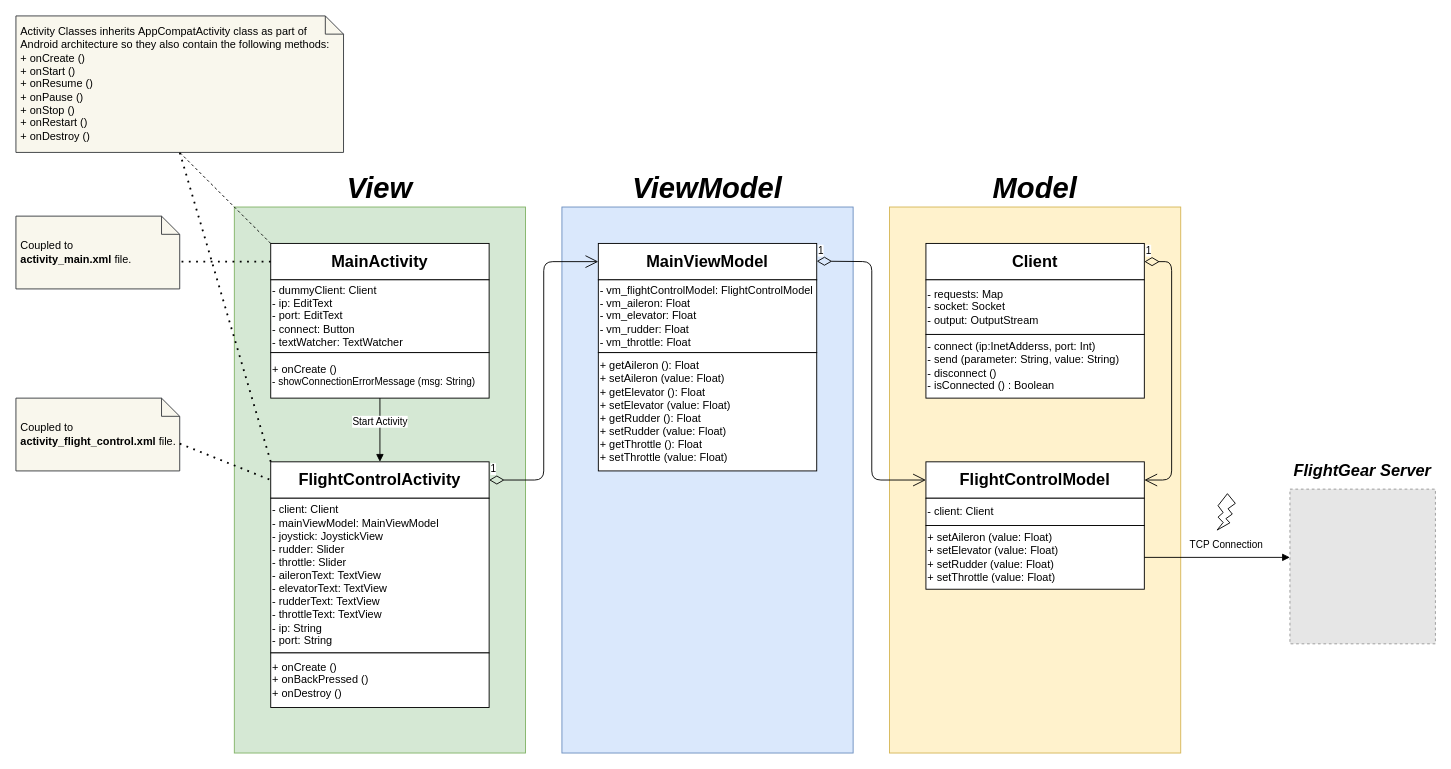
Above: UML/FlightControlAppUML.drawio in shlomi1993/FlightSimulatorAndroidApp (draw.io), before the change. Source tidied: cells renumbered, new cells numbered last; positions are measured from the earlier drawing's top-left corner, leaving out a move shared by most shapes. Both pictures are drawn from the tidied source at 91%, with x=0, y=0 at pixel (15, 15). Pictures stored in the file or linked from it are replaced by grey dashed boxes.
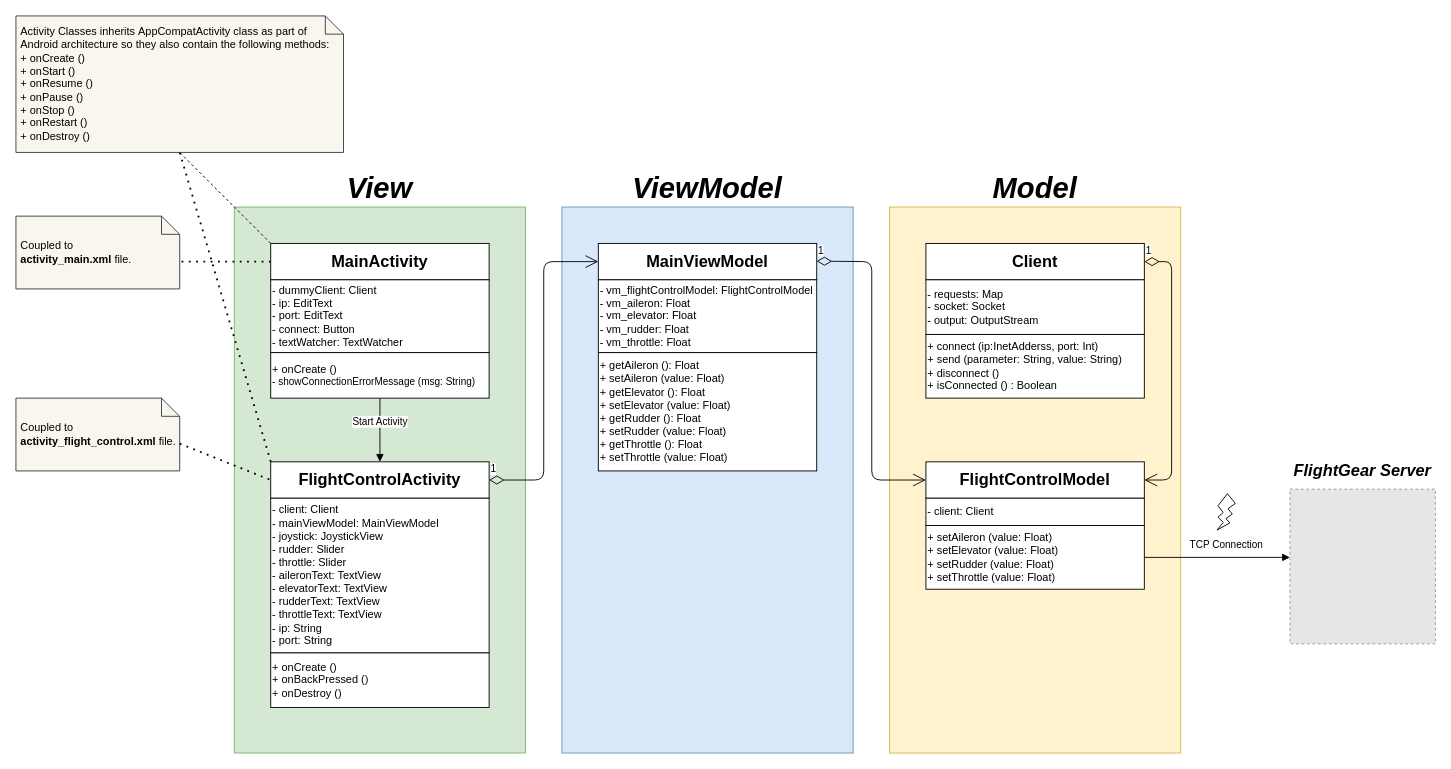
Above is the later version.

Commit message (it also covers changes not shown here):
update UML and pptx

The edit, as a diff of the source:
```diff
@@
-    <mxCell id="10" value="&lt;div&gt;&lt;span&gt;- connect (ip:InetAdderss&lt;/span&gt;&lt;span&gt;, port: Int)&lt;/span&gt;&lt;/div&gt;&lt;div&gt;&lt;span&gt;- send (parameter: String&lt;/span&gt;&lt;span&gt;, value: String)&lt;/span&gt;&lt;/div&gt;&lt;div&gt;&lt;span&gt;- disconnect ()&lt;/span&gt;&lt;/div&gt;&lt;div&gt;&lt;span&gt;- isConnected () : Boolean&lt;/span&gt;&lt;/div&gt;" style="rounded=0;whiteSpace=wrap;html=1;align=left;" parent="1" vertex="1">
+    <mxCell id="10" value="&lt;div&gt;&lt;span&gt;+ connect (ip:InetAdderss&lt;/span&gt;&lt;span&gt;, port: Int)&lt;/span&gt;&lt;/div&gt;&lt;div&gt;&lt;span&gt;+ send (parameter: String&lt;/span&gt;&lt;span&gt;, value: String)&lt;/span&gt;&lt;/div&gt;&lt;div&gt;&lt;span&gt;+ disconnect ()&lt;/span&gt;&lt;/div&gt;&lt;div&gt;&lt;span&gt;+ isConnected () : Boolean&lt;/span&gt;&lt;/div&gt;" style="rounded=0;whiteSpace=wrap;html=1;align=left;" parent="1" vertex="1">
       <mxGeometry x="1000" y="350" width="240" height="70" as="geometry" />
     </mxCell>
```
